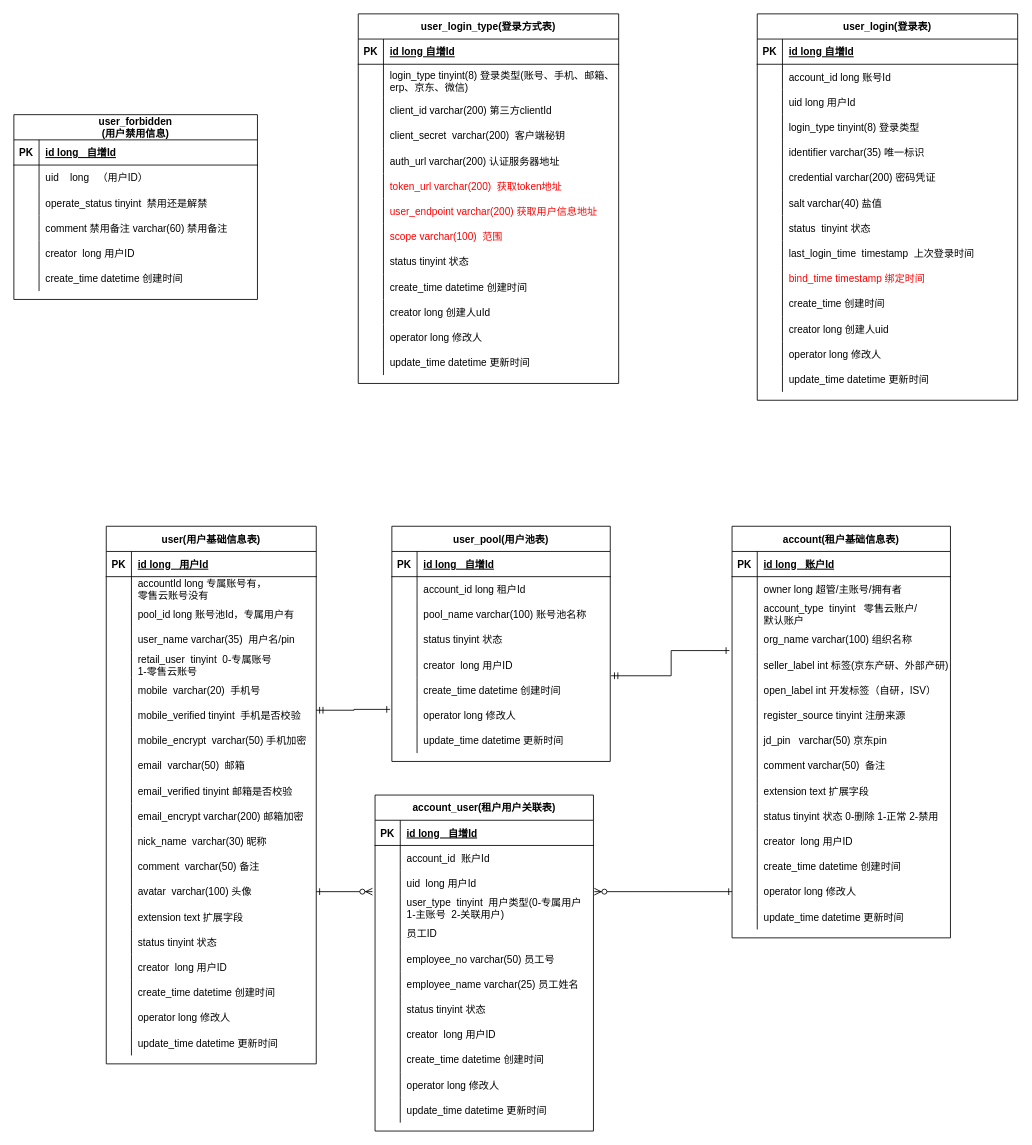
This is page "新账号模型" (1 of 10) of idaas.drawio from AjaxXu/Diagram, a draw.io file, before an edit. Source tidied: cells renumbered, new cells numbered last; positions are measured from the earlier drawing's top-left corner, leaving out a move shared by most shapes. Both pictures are drawn from the tidied source at 84%, with x=0, y=0 at pixel (-37, 13).
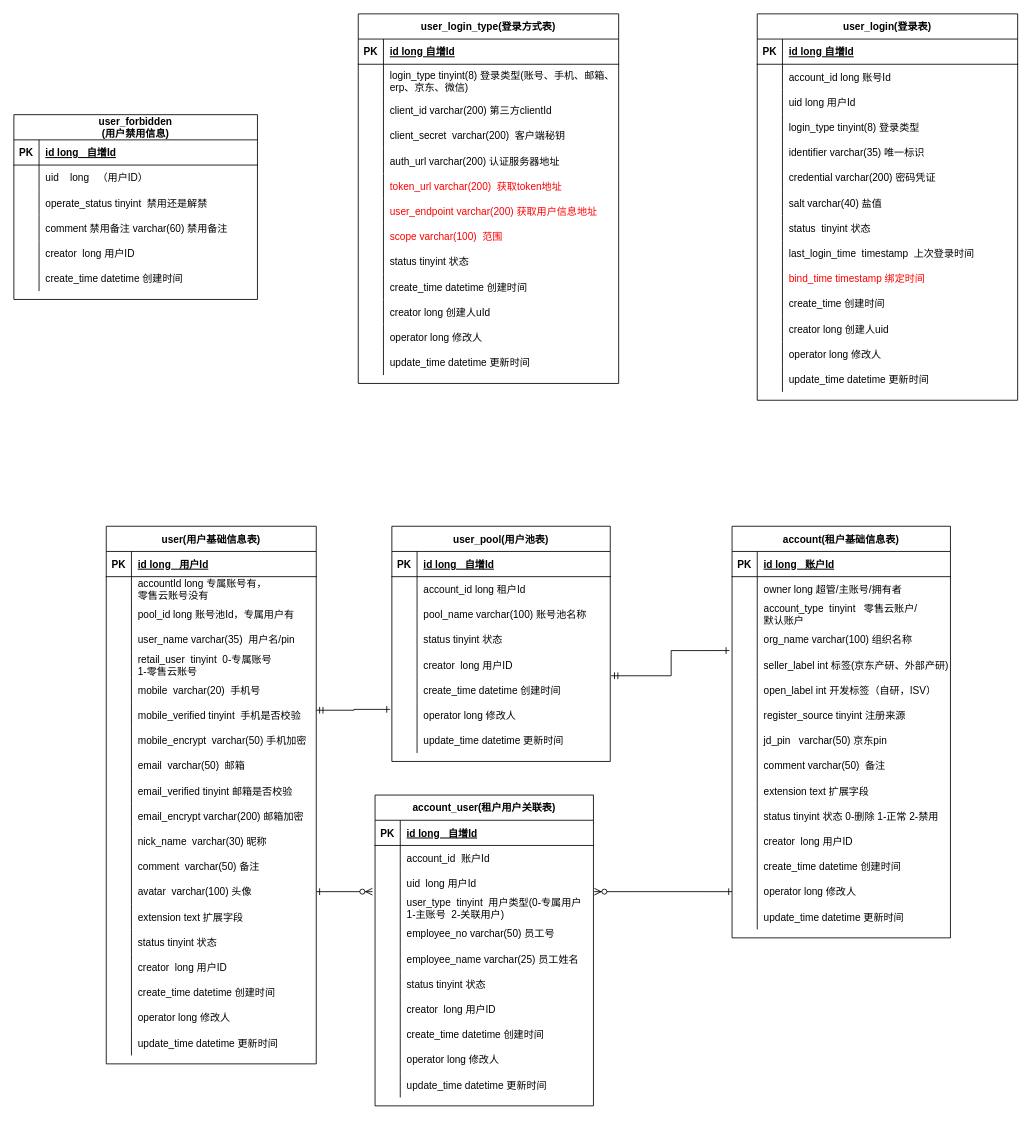
After the change.

Change to the diagram source:
```diff
@@
     <mxCell id="216" value="account_user(租户用户关联表)" style="shape=table;startSize=30;childLayout=tableLayout;rowLines=0;fontStyle=1;align=center;" parent="1" vertex="1">
-      <mxGeometry x="490" y="930" width="260" height="400" as="geometry" />
+      <mxGeometry x="490" y="930" width="260" height="370" as="geometry" />
     </mxCell>
@@
-    <mxCell id="229" style="shape=partialRectangle;fillColor=none;top=0;left=0;right=0;bottom=0;" parent="216" vertex="1">
-      <mxGeometry y="150" width="260" height="30" as="geometry" />
-    </mxCell>
-    <mxCell id="230" style="shape=partialRectangle;overflow=hidden;fillColor=none;top=0;left=0;bottom=0;right=0;" parent="229" vertex="1">
-      <mxGeometry width="30" height="30" as="geometry" />
-    </mxCell>
-    <mxCell id="231" value="员工ID" style="shape=partialRectangle;overflow=hidden;fillColor=none;top=0;left=0;bottom=0;right=0;align=left;spacingLeft=6;" parent="229" vertex="1">
-      <mxGeometry x="30" width="230" height="30" as="geometry" />
-    </mxCell>
     <mxCell id="232" style="shape=partialRectangle;fillColor=none;top=0;left=0;right=0;bottom=0;" parent="216" vertex="1">
-      <mxGeometry y="180" width="260" height="30" as="geometry" />
+      <mxGeometry y="150" width="260" height="30" as="geometry" />
     </mxCell>
@@
     <mxCell id="235" style="shape=partialRectangle;fillColor=none;top=0;left=0;right=0;bottom=0;" parent="216" vertex="1">
-      <mxGeometry y="210" width="260" height="30" as="geometry" />
+      <mxGeometry y="180" width="260" height="30" as="geometry" />
     </mxCell>
@@
     <mxCell id="238" style="shape=partialRectangle;fillColor=none;top=0;left=0;right=0;bottom=0;" parent="216" vertex="1">
-      <mxGeometry y="240" width="260" height="30" as="geometry" />
+      <mxGeometry y="210" width="260" height="30" as="geometry" />
     </mxCell>
@@
     <mxCell id="241" style="shape=partialRectangle;fillColor=none;top=0;left=0;right=0;bottom=0;" parent="216" vertex="1">
-      <mxGeometry y="270" width="260" height="30" as="geometry" />
+      <mxGeometry y="240" width="260" height="30" as="geometry" />
     </mxCell>
@@
     <mxCell id="244" style="shape=partialRectangle;fillColor=none;top=0;left=0;right=0;bottom=0;" parent="216" vertex="1">
-      <mxGeometry y="300" width="260" height="30" as="geometry" />
+      <mxGeometry y="270" width="260" height="30" as="geometry" />
     </mxCell>
@@
     <mxCell id="247" style="shape=partialRectangle;fillColor=none;top=0;left=0;right=0;bottom=0;" parent="216" vertex="1">
-      <mxGeometry y="330" width="260" height="30" as="geometry" />
+      <mxGeometry y="300" width="260" height="30" as="geometry" />
     </mxCell>
@@
     <mxCell id="250" style="shape=partialRectangle;fillColor=none;top=0;left=0;right=0;bottom=0;" parent="216" vertex="1">
-      <mxGeometry y="360" width="260" height="30" as="geometry" />
+      <mxGeometry y="330" width="260" height="30" as="geometry" />
     </mxCell>
```
